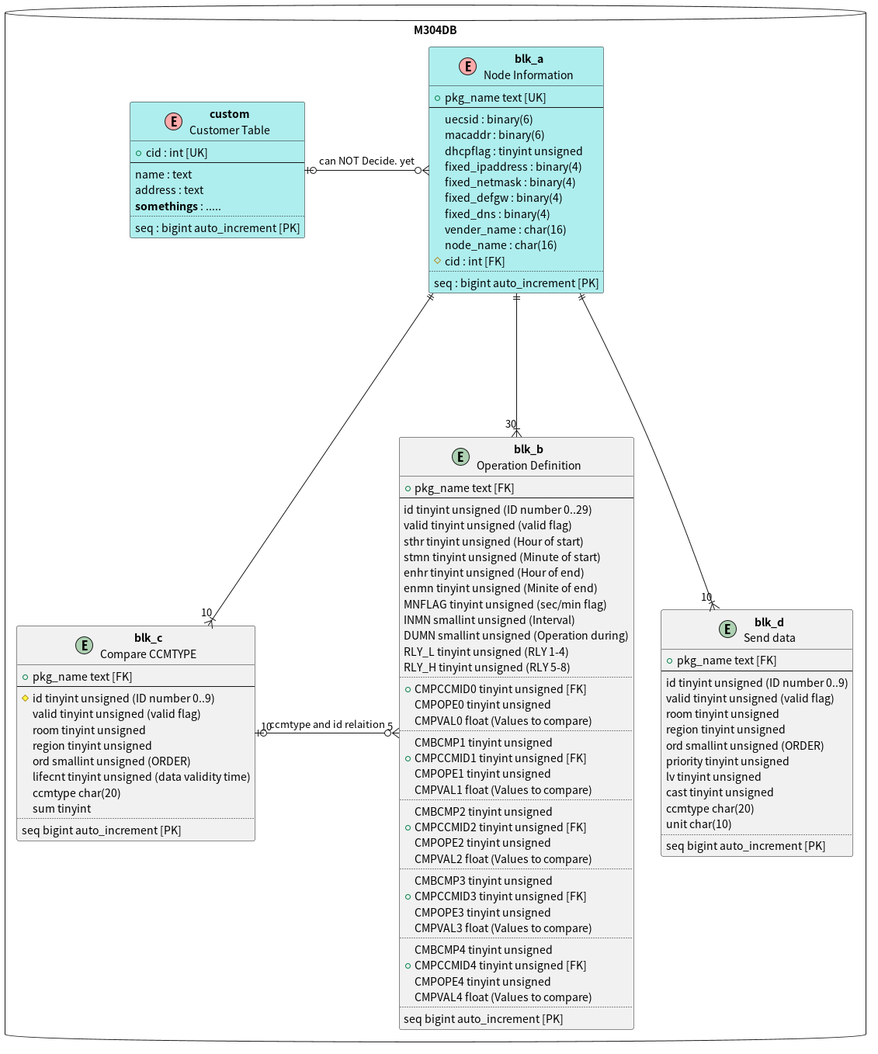
This is db/M304DB.png from mhorimoto/M304-lowcode, a PlantUML export, as it was before one commit.
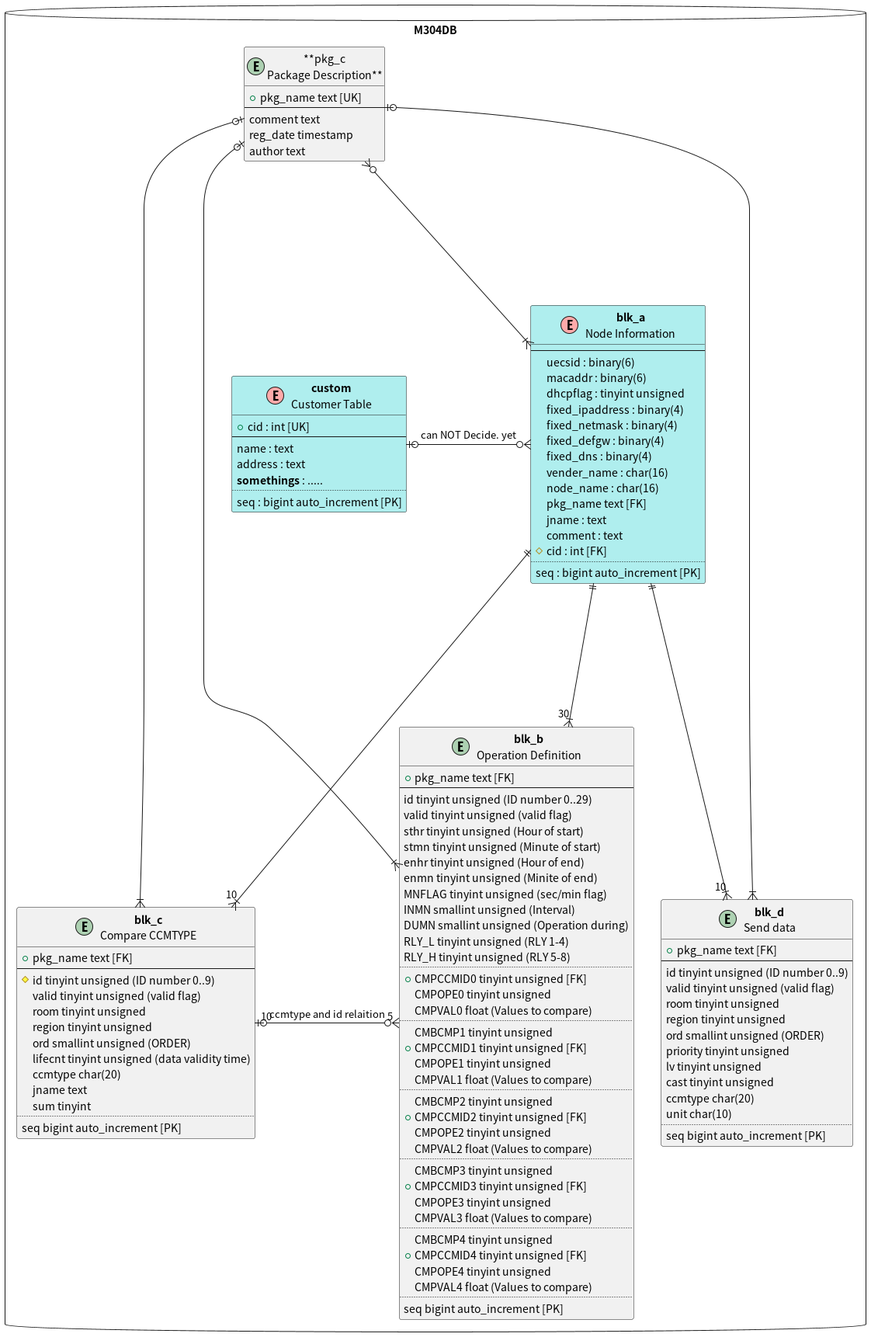
After the commit.

Diff of the diagram source:
```diff
@@ -1,10 +1,14 @@
 @startuml M304DB
 package M304DB <<Database>> {
-!include tables.puml
-custom |o--r--o{ blk_a : can NOT Decide. yet
-blk_a ||--r--|{ "30" blk_b
-blk_a ||--d--|{ "10" blk_c
-blk_a ||--d--|{ "10" blk_d
-blk_c "10" |o--r--o{ "5" blk_b : ccmtype and id relaition
+    !include tables.puml
+    custom |o--r--o{ blk_a : can NOT Decide. yet
+    pkg_c }o----|{ blk_a
+    pkg_c |o----|{ blk_b
+    pkg_c |o----|{ blk_c
+    pkg_c |o----|{ blk_d
+    blk_a ||--r--|{ "30" blk_b
+    blk_a ||--d--|{ "10" blk_c
+    blk_a ||--d--|{ "10" blk_d
+    blk_c "10" |o--r--o{ "5" blk_b : ccmtype and id relaition
 }
 @enduml
```
